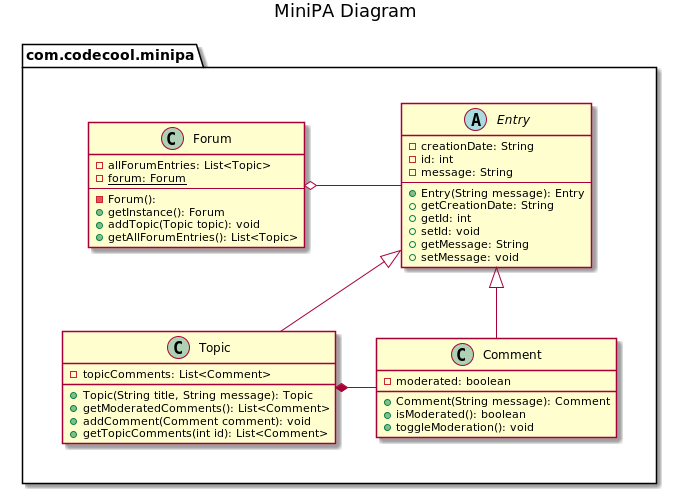
Before: Diagrams/Diagram.png, a diagram exported from PlantUML (silviurdr/java-mini-pa).
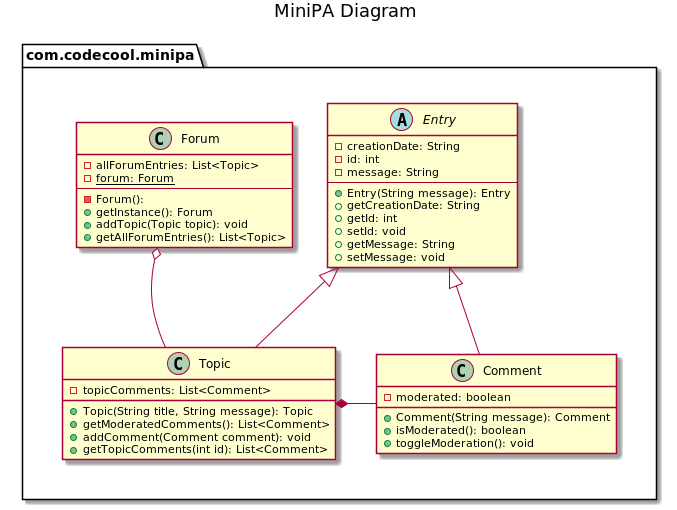
The same file after the commit.

Change to the diagram source:
```diff
@@ -57,7 +57,7 @@
 
     }
 
-Forum o- Entry : "               "
+Forum o- Topic : "               "
 Topic *- Comment : " "
 
 Forum -[hidden]-> Topic
```
